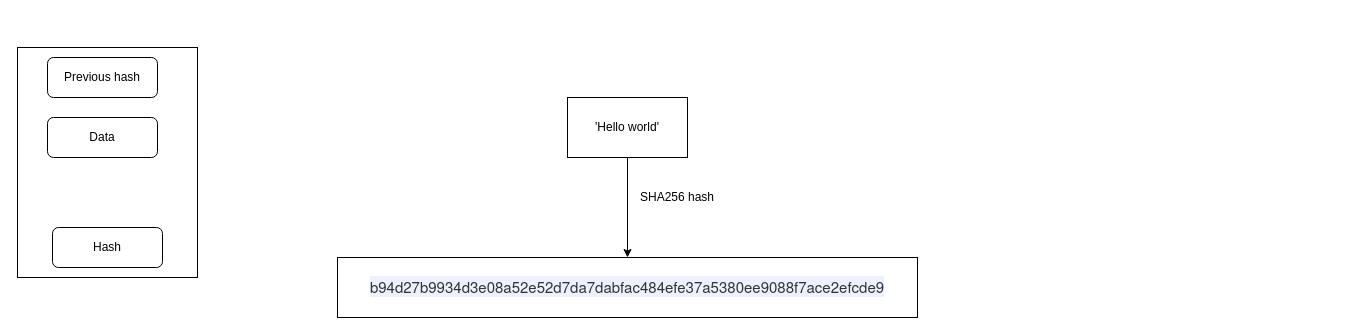
The draw.io diagram Blockchain.drawio in vcviet253/Utils, before the edit. Source tidied: cells renumbered, new cells numbered last; positions are measured from the earlier drawing's top-left corner, leaving out a move shared by most shapes. Both pictures are drawn from the tidied source at 100%, with x=0, y=0 at pixel (17, 47).
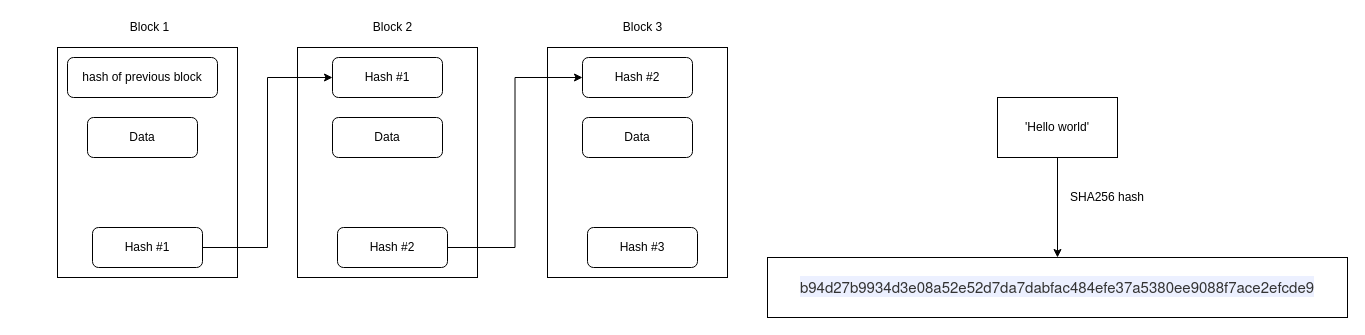
The same diagram, later.

Diff of the diagram source:
```diff
@@
+    <mxCell id="10" style="rounded=0;whiteSpace=wrap;html=1;" parent="1" vertex="1">
+      <mxGeometry x="280" width="180" height="230" as="geometry" />
+    </mxCell>
     <mxCell id="2" style="rounded=0;whiteSpace=wrap;html=1;" parent="1" vertex="1">
-      <mxGeometry width="180" height="230" as="geometry" />
+      <mxGeometry x="40" width="180" height="230" as="geometry" />
     </mxCell>
-    <mxCell id="3" value="Previous hash" style="rounded=1;whiteSpace=wrap;html=1;" parent="1" vertex="1">
-      <mxGeometry x="30" y="10" width="110" height="40" as="geometry" />
+    <mxCell id="3" value="hash of previous block" style="rounded=1;whiteSpace=wrap;html=1;" parent="1" vertex="1">
+      <mxGeometry x="50" y="10" width="150" height="40" as="geometry" />
     </mxCell>
     <mxCell id="4" value="Data" style="rounded=1;whiteSpace=wrap;html=1;" parent="1" vertex="1">
-      <mxGeometry x="30" y="70" width="110" height="40" as="geometry" />
+      <mxGeometry x="70" y="70" width="110" height="40" as="geometry" />
     </mxCell>
+    <mxCell id="11" style="edgeStyle=orthogonalEdgeStyle;rounded=0;jettySize=auto;html=1;entryX=0;entryY=0.5;entryDx=0;entryDy=0;" parent="1" edge="1" source="5" target="12">
+      <mxGeometry relative="1" as="geometry" />
+    </mxCell>
-    <mxCell id="5" value="Hash" style="rounded=1;whiteSpace=wrap;html=1;" parent="1" vertex="1">
-      <mxGeometry x="35" y="180" width="110" height="40" as="geometry" />
+    <mxCell id="5" value="Hash #1" style="rounded=1;whiteSpace=wrap;html=1;" parent="1" vertex="1">
+      <mxGeometry x="75" y="180" width="110" height="40" as="geometry" />
     </mxCell>
+    <mxCell id="12" value="Hash #1" style="rounded=1;whiteSpace=wrap;html=1;" parent="1" vertex="1">
+      <mxGeometry x="315" y="10" width="110" height="40" as="geometry" />
+    </mxCell>
@@
     <mxCell id="7" value="'Hello world'" style="rounded=0;whiteSpace=wrap;html=1;" parent="1" vertex="1">
-      <mxGeometry x="550" y="50" width="120" height="60" as="geometry" />
+      <mxGeometry x="980" y="50" width="120" height="60" as="geometry" />
     </mxCell>
     <mxCell id="8" value="&lt;span style=&quot;color: rgb(51 , 51 , 51) ; font-family: &amp;#34;helvetica neue&amp;#34; , &amp;#34;helvetica&amp;#34; , &amp;#34;arial&amp;#34; , sans-serif ; font-size: 15px ; background-color: rgb(236 , 240 , 255)&quot;&gt;b94d27b9934d3e08a52e52d7da7dabfac484efe37a5380ee9088f7ace2efcde9&lt;/span&gt;" style="rounded=0;whiteSpace=wrap;html=1;" parent="1" vertex="1">
-      <mxGeometry x="320" y="210" width="580" height="60" as="geometry" />
+      <mxGeometry x="750" y="210" width="580" height="60" as="geometry" />
     </mxCell>
     <mxCell id="9" value="SHA256 hash" style="text;html=1;strokeColor=none;fillColor=none;align=center;verticalAlign=middle;whiteSpace=wrap;rounded=0;" parent="1" vertex="1">
-      <mxGeometry x="620" y="140" width="80" height="20" as="geometry" />
+      <mxGeometry x="1050" y="140" width="80" height="20" as="geometry" />
     </mxCell>
+    <mxCell id="13" value="Data" style="rounded=1;whiteSpace=wrap;html=1;" parent="1" vertex="1">
+      <mxGeometry x="315" y="70" width="110" height="40" as="geometry" />
+    </mxCell>
+    <mxCell id="14" value="Hash #2" style="rounded=1;whiteSpace=wrap;html=1;" parent="1" vertex="1">
+      <mxGeometry x="320" y="180" width="110" height="40" as="geometry" />
+    </mxCell>
+    <mxCell id="15" style="rounded=0;whiteSpace=wrap;html=1;" parent="1" vertex="1">
+      <mxGeometry x="530" width="180" height="230" as="geometry" />
+    </mxCell>
+    <mxCell id="16" value="Hash #2" style="rounded=1;whiteSpace=wrap;html=1;" parent="1" vertex="1">
+      <mxGeometry x="565" y="10" width="110" height="40" as="geometry" />
+    </mxCell>
+    <mxCell id="17" value="Data" style="rounded=1;whiteSpace=wrap;html=1;" parent="1" vertex="1">
+      <mxGeometry x="565" y="70" width="110" height="40" as="geometry" />
+    </mxCell>
+    <mxCell id="18" value="Hash #3" style="rounded=1;whiteSpace=wrap;html=1;" parent="1" vertex="1">
+      <mxGeometry x="570" y="180" width="110" height="40" as="geometry" />
+    </mxCell>
+    <mxCell id="19" style="edgeStyle=orthogonalEdgeStyle;rounded=0;jettySize=auto;html=1;entryX=0;entryY=0.5;entryDx=0;entryDy=0;" parent="1" edge="1" source="14" target="16">
+      <mxGeometry relative="1" as="geometry" />
+    </mxCell>
+    <mxCell id="20" value="Block 1" style="text;html=1;strokeColor=none;fillColor=none;align=center;verticalAlign=middle;whiteSpace=wrap;rounded=0;" parent="1" vertex="1">
+      <mxGeometry x="105" y="-30" width="55" height="20" as="geometry" />
+    </mxCell>
+    <mxCell id="21" value="Block 2" style="text;html=1;strokeColor=none;fillColor=none;align=center;verticalAlign=middle;whiteSpace=wrap;rounded=0;" parent="1" vertex="1">
+      <mxGeometry x="347.5" y="-30" width="55" height="20" as="geometry" />
+    </mxCell>
+    <mxCell id="22" value="Block 3" style="text;html=1;strokeColor=none;fillColor=none;align=center;verticalAlign=middle;whiteSpace=wrap;rounded=0;" parent="1" vertex="1">
+      <mxGeometry x="597.5" y="-30" width="55" height="20" as="geometry" />
+    </mxCell>
```
